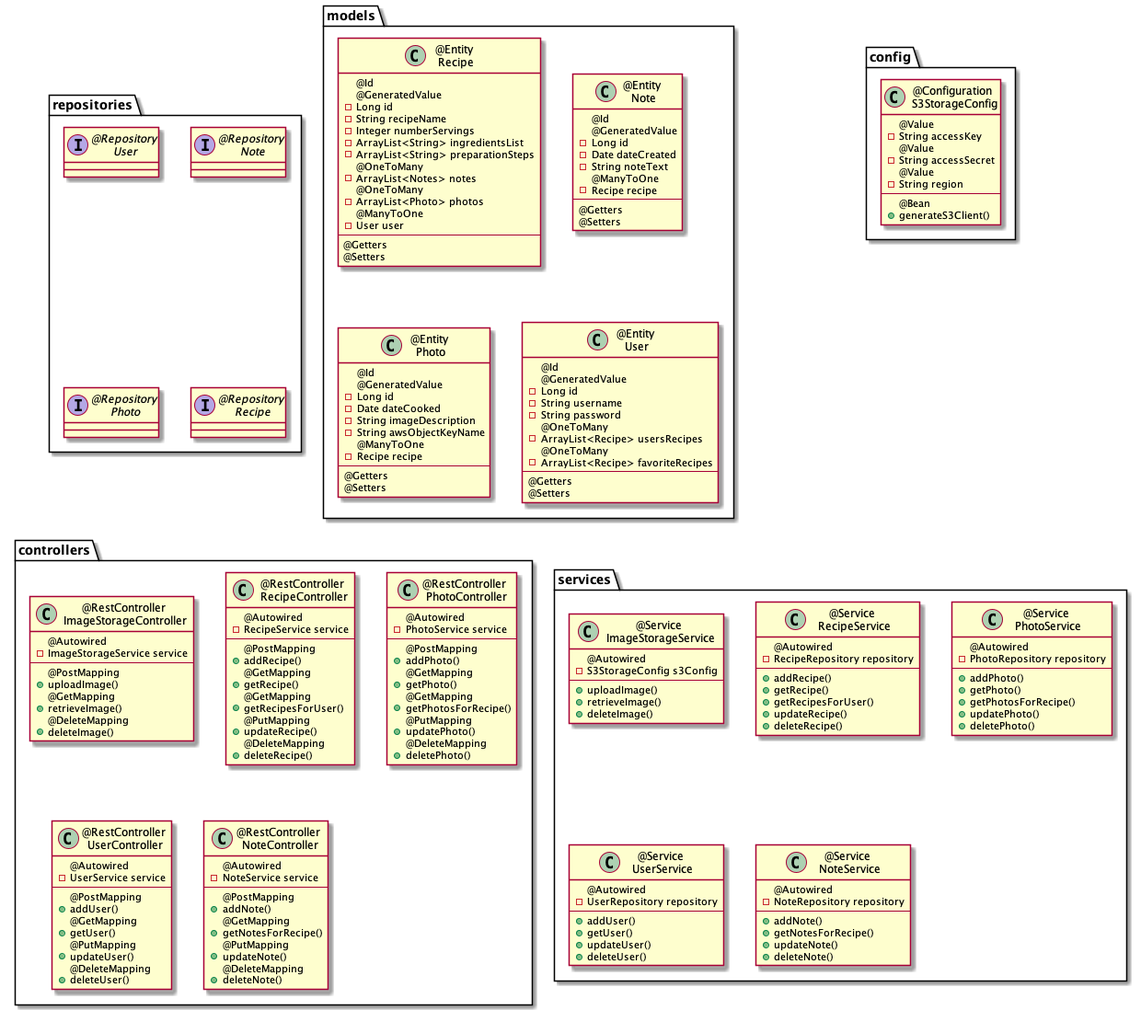
The PlantUML diagram RecipeAppUML.png in theresa-christina/MyCookBookApp-BackEnd, before a commit.
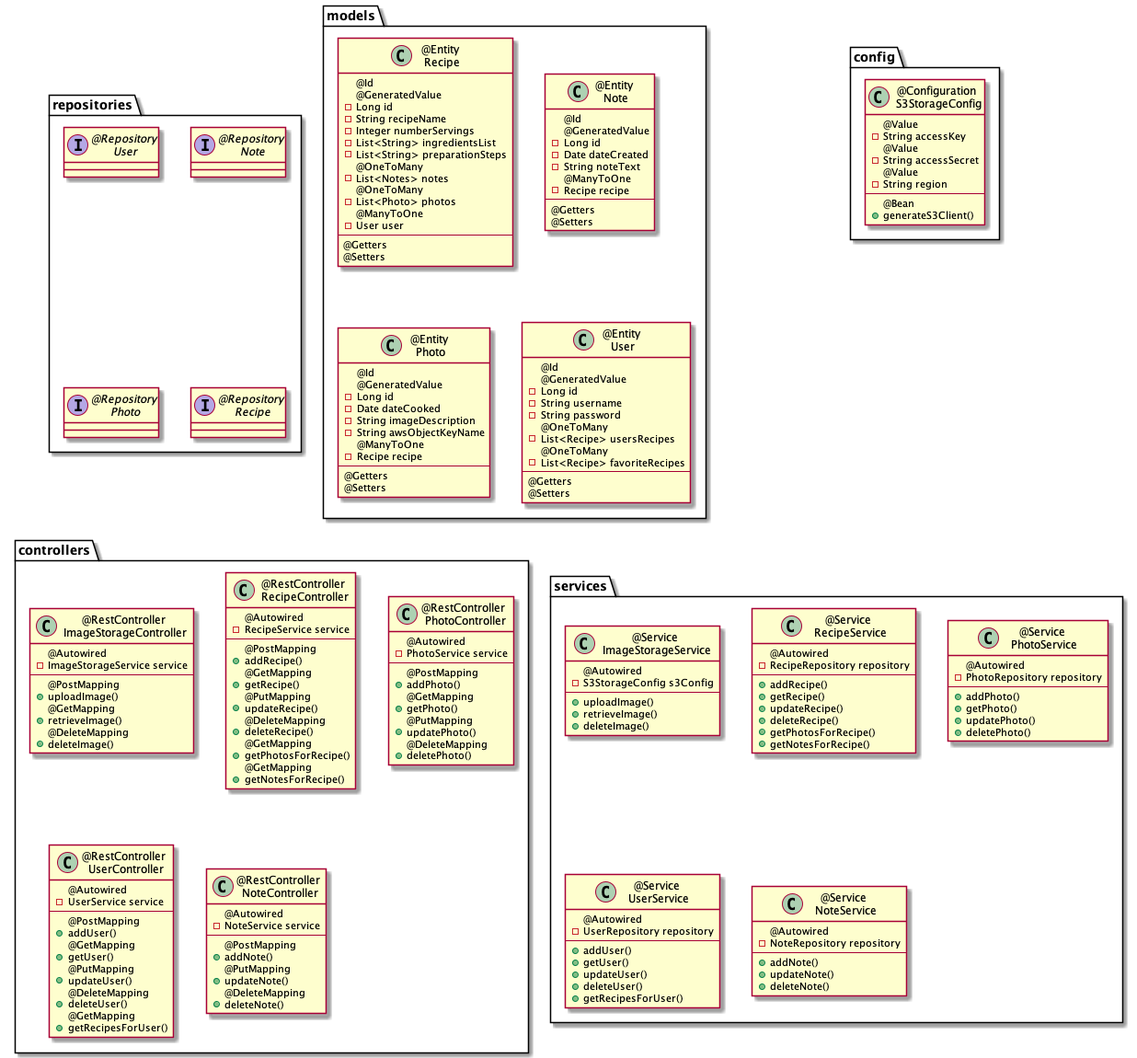
After the change.

What changed in the source:
```diff
@@ -30,12 +30,12 @@
         - Long id
         - String recipeName
         - Integer numberServings
-        - ArrayList<String> ingredientsList
-        - ArrayList<String> preparationSteps
+        - List<String> ingredientsList
+        - List<String> preparationSteps
         @OneToMany
-        - ArrayList<Notes> notes
+        - List<Notes> notes
         @OneToMany
-        - ArrayList<Photo> photos
+        - List<Photo> photos
         @ManyToOne
         - User user
         --
@@ -78,9 +78,9 @@
         - String username
         - String password
         @OneToMany
-        - ArrayList<Recipe> usersRecipes
+        - List<Recipe> usersRecipes
         @OneToMany
-        - ArrayList<Recipe> favoriteRecipes
+        - List<Recipe> favoriteRecipes
         --
         @Getters
         @Setters
@@ -108,12 +108,14 @@
         + addRecipe()
         @GetMapping
         + getRecipe()
-        @GetMapping
-        + getRecipesForUser()
         @PutMapping
         + updateRecipe()
         @DeleteMapping
         + deleteRecipe()
+        @GetMapping
+        + getPhotosForRecipe()
+        @GetMapping
+        + getNotesForRecipe()
     }
 
     class "@RestController\n PhotoController" {
@@ -124,8 +126,6 @@
         + addPhoto()
         @GetMapping
         + getPhoto()
-        @GetMapping
-        + getPhotosForRecipe()
         @PutMapping
         + updatePhoto()
         @DeleteMapping
@@ -144,6 +144,8 @@
         + updateUser()
         @DeleteMapping
         + deleteUser()
+        @GetMapping
+        + getRecipesForUser()
     }
 
     class "@RestController\n NoteController" {
@@ -152,8 +154,6 @@
         --
         @PostMapping
         + addNote()
-        @GetMapping
-        + getNotesForRecipe()
         @PutMapping
         + updateNote()
         @DeleteMapping
@@ -177,9 +177,10 @@
             --
             + addRecipe()
             + getRecipe()
-            + getRecipesForUser()
             + updateRecipe()
             + deleteRecipe()
+            + getPhotosForRecipe()
+            + getNotesForRecipe()
         }
 
         class "@Service\n PhotoService" {
@@ -188,7 +189,6 @@
             --
             + addPhoto()
             + getPhoto()
-            + getPhotosForRecipe()
             + updatePhoto()
             + deletePhoto()
         }
@@ -201,6 +201,7 @@
             + getUser()
             + updateUser()
             + deleteUser()
+            + getRecipesForUser()
         }
 
         class "@Service\n NoteService" {
@@ -208,7 +209,6 @@
             - NoteRepository repository
             --
             + addNote()
-            + getNotesForRecipe()
             + updateNote()
             + deleteNote()
         }
```
